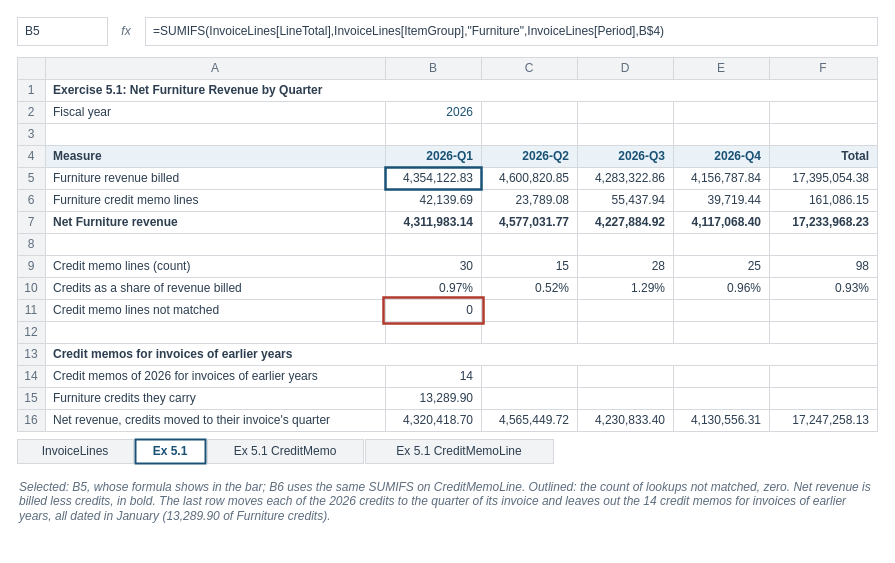
This is facts/instructor/figures/chapter-05-data-preparation/IF-05-1-A.drawio from mmcodesso/Accounting_Analytics_Book, a draw.io file, before an edit. Source tidied: cells renumbered, new cells numbered last; positions are measured from the earlier drawing's top-left corner, leaving out a move shared by most shapes. Both pictures are drawn from the tidied source at 100%, with x=0, y=0 at pixel (17, 17).
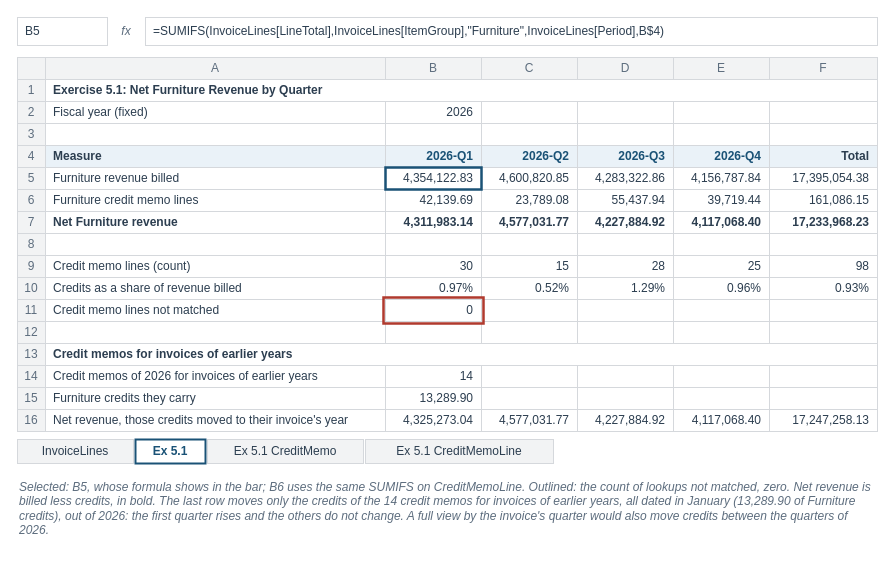
The same diagram, later.

Change to the diagram source:
```diff
@@
     <mxCell id="2" style="rounded=0;html=1;fillColor=none;strokeColor=none;" parent="1" vertex="1">
-      <mxGeometry width="860" height="510" as="geometry" />
+      <mxGeometry width="860" height="528" as="geometry" />
     </mxCell>
@@
-    <mxCell id="16" value="Fiscal year" style="rounded=0;arcSize=6;whiteSpace=wrap;html=1;fillColor=#FFFFFF;strokeColor=#D5D8DC;strokeWidth=1;fontColor=#2C3E50;fontSize=12;fontStyle=0;align=left;verticalAlign=middle;fontFamily=Helvetica;spacingLeft=6;spacingRight=6;" parent="1" vertex="1">
+    <mxCell id="16" value="Fiscal year (fixed)" style="rounded=0;arcSize=6;whiteSpace=wrap;html=1;fillColor=#FFFFFF;strokeColor=#D5D8DC;strokeWidth=1;fontColor=#2C3E50;fontSize=12;fontStyle=0;align=left;verticalAlign=middle;fontFamily=Helvetica;spacingLeft=6;spacingRight=6;" parent="1" vertex="1">
       <mxGeometry x="28" y="84" width="340" height="22" as="geometry" />
     </mxCell>
-    <mxCell id="17" value="2026" style="rounded=0;arcSize=6;whiteSpace=wrap;html=1;fillColor=#FFFFFF;strokeColor=#D5D8DC;strokeWidth=1;fontColor=#1A5276;fontSize=12;fontStyle=0;align=right;verticalAlign=middle;fontFamily=Helvetica;spacingLeft=6;spacingRight=6;" parent="1" vertex="1">
+    <mxCell id="17" value="2026" style="rounded=0;arcSize=6;whiteSpace=wrap;html=1;fillColor=#FFFFFF;strokeColor=#D5D8DC;strokeWidth=1;fontColor=#2C3E50;fontSize=12;fontStyle=0;align=right;verticalAlign=middle;fontFamily=Helvetica;spacingLeft=6;spacingRight=6;" parent="1" vertex="1">
       <mxGeometry x="368" y="84" width="96" height="22" as="geometry" />
     </mxCell>
@@
-    <mxCell id="109" value="Net revenue, credits moved to their invoice's quarter" style="rounded=0;arcSize=6;whiteSpace=wrap;html=1;fillColor=#FFFFFF;strokeColor=#D5D8DC;strokeWidth=1;fontColor=#2C3E50;fontSize=12;fontStyle=0;align=left;verticalAlign=middle;fontFamily=Helvetica;spacingLeft=6;spacingRight=6;" parent="1" vertex="1">
+    <mxCell id="109" value="Net revenue, those credits moved to their invoice's year" style="rounded=0;arcSize=6;whiteSpace=wrap;html=1;fillColor=#FFFFFF;strokeColor=#D5D8DC;strokeWidth=1;fontColor=#2C3E50;fontSize=12;fontStyle=0;align=left;verticalAlign=middle;fontFamily=Helvetica;spacingLeft=6;spacingRight=6;" parent="1" vertex="1">
       <mxGeometry x="28" y="392" width="340" height="22" as="geometry" />
     </mxCell>
-    <mxCell id="110" value="4,320,418.70" style="rounded=0;arcSize=6;whiteSpace=wrap;html=1;fillColor=#FFFFFF;strokeColor=#D5D8DC;strokeWidth=1;fontColor=#2C3E50;fontSize=12;fontStyle=0;align=right;verticalAlign=middle;fontFamily=Helvetica;spacingLeft=6;spacingRight=6;" parent="1" vertex="1">
+    <mxCell id="110" value="4,325,273.04" style="rounded=0;arcSize=6;whiteSpace=wrap;html=1;fillColor=#FFFFFF;strokeColor=#D5D8DC;strokeWidth=1;fontColor=#2C3E50;fontSize=12;fontStyle=0;align=right;verticalAlign=middle;fontFamily=Helvetica;spacingLeft=6;spacingRight=6;" parent="1" vertex="1">
       <mxGeometry x="368" y="392" width="96" height="22" as="geometry" />
     </mxCell>
-    <mxCell id="111" value="4,565,449.72" style="rounded=0;arcSize=6;whiteSpace=wrap;html=1;fillColor=#FFFFFF;strokeColor=#D5D8DC;strokeWidth=1;fontColor=#2C3E50;fontSize=12;fontStyle=0;align=right;verticalAlign=middle;fontFamily=Helvetica;spacingLeft=6;spacingRight=6;" parent="1" vertex="1">
+    <mxCell id="111" value="4,577,031.77" style="rounded=0;arcSize=6;whiteSpace=wrap;html=1;fillColor=#FFFFFF;strokeColor=#D5D8DC;strokeWidth=1;fontColor=#2C3E50;fontSize=12;fontStyle=0;align=right;verticalAlign=middle;fontFamily=Helvetica;spacingLeft=6;spacingRight=6;" parent="1" vertex="1">
       <mxGeometry x="464" y="392" width="96" height="22" as="geometry" />
     </mxCell>
-    <mxCell id="112" value="4,230,833.40" style="rounded=0;arcSize=6;whiteSpace=wrap;html=1;fillColor=#FFFFFF;strokeColor=#D5D8DC;strokeWidth=1;fontColor=#2C3E50;fontSize=12;fontStyle=0;align=right;verticalAlign=middle;fontFamily=Helvetica;spacingLeft=6;spacingRight=6;" parent="1" vertex="1">
+    <mxCell id="112" value="4,227,884.92" style="rounded=0;arcSize=6;whiteSpace=wrap;html=1;fillColor=#FFFFFF;strokeColor=#D5D8DC;strokeWidth=1;fontColor=#2C3E50;fontSize=12;fontStyle=0;align=right;verticalAlign=middle;fontFamily=Helvetica;spacingLeft=6;spacingRight=6;" parent="1" vertex="1">
       <mxGeometry x="560" y="392" width="96" height="22" as="geometry" />
     </mxCell>
-    <mxCell id="113" value="4,130,556.31" style="rounded=0;arcSize=6;whiteSpace=wrap;html=1;fillColor=#FFFFFF;strokeColor=#D5D8DC;strokeWidth=1;fontColor=#2C3E50;fontSize=12;fontStyle=0;align=right;verticalAlign=middle;fontFamily=Helvetica;spacingLeft=6;spacingRight=6;" parent="1" vertex="1">
+    <mxCell id="113" value="4,117,068.40" style="rounded=0;arcSize=6;whiteSpace=wrap;html=1;fillColor=#FFFFFF;strokeColor=#D5D8DC;strokeWidth=1;fontColor=#2C3E50;fontSize=12;fontStyle=0;align=right;verticalAlign=middle;fontFamily=Helvetica;spacingLeft=6;spacingRight=6;" parent="1" vertex="1">
       <mxGeometry x="656" y="392" width="96" height="22" as="geometry" />
     </mxCell>
@@
-    <mxCell id="119" value="&lt;i&gt;Selected: B5, whose formula shows in the bar; B6 uses the same SUMIFS on CreditMemoLine. Outlined: the count of lookups not matched, zero. Net revenue is billed less credits, in bold. The last row moves each of the 2026 credits to the quarter of its invoice and leaves out the 14 credit memos for invoices of earlier years, all dated in January (13,289.90 of Furniture credits).&lt;/i&gt;" style="text;html=1;whiteSpace=wrap;align=left;verticalAlign=top;fontSize=12;fontColor=#5D6D7E;fontStyle=0;fontFamily=Helvetica;spacing=2;fillColor=none;strokeColor=none;" parent="1" vertex="1">
-      <mxGeometry y="456" width="860" height="52" as="geometry" />
+    <mxCell id="119" value="&lt;i&gt;Selected: B5, whose formula shows in the bar; B6 uses the same SUMIFS on CreditMemoLine. Outlined: the count of lookups not matched, zero. Net revenue is billed less credits, in bold. The last row moves only the credits of the 14 credit memos for invoices of earlier years, all dated in January (13,289.90 of Furniture credits), out of 2026: the first quarter rises and the others do not change. A full view by the invoice's quarter would also move credits between the quarters of 2026.&lt;/i&gt;" style="text;html=1;whiteSpace=wrap;align=left;verticalAlign=top;fontSize=12;fontColor=#5D6D7E;fontStyle=0;fontFamily=Helvetica;spacing=2;fillColor=none;strokeColor=none;" parent="1" vertex="1">
+      <mxGeometry y="456" width="860" height="70" as="geometry" />
     </mxCell>
```
